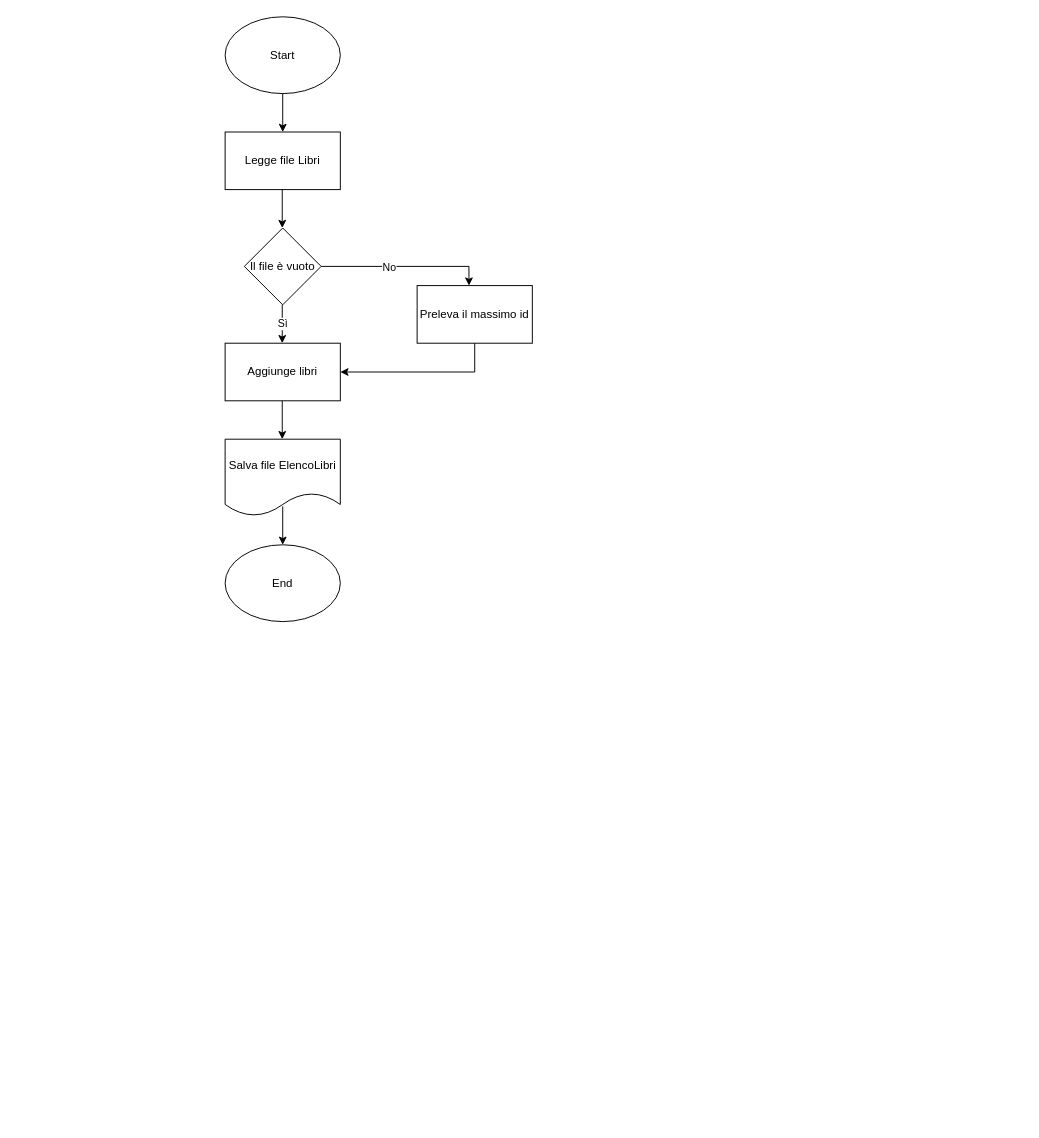
The draw.io diagram Biblioteca.drawio in margot71/Biblioteca, before the edit. Source tidied: cells renumbered, new cells numbered last; positions are measured from the earlier drawing's top-left corner, leaving out a move shared by most shapes. Both pictures are drawn from the tidied source at 96%, with x=0, y=0 at pixel (225, 16).
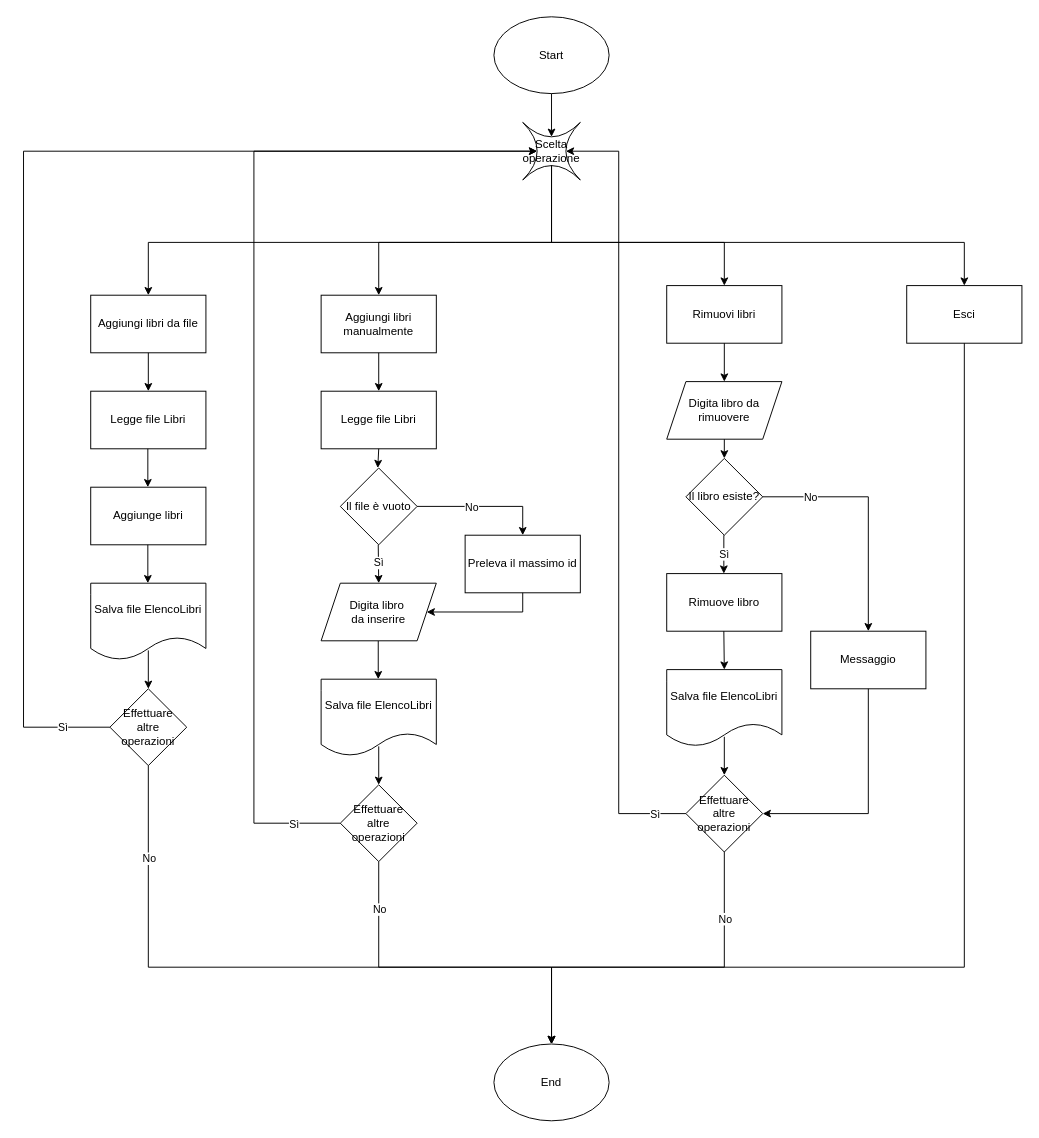
The same diagram, later.

Change to the diagram source:
```diff
@@
     <mxCell id="2" value="Start" style="ellipse;whiteSpace=wrap;html=1;" parent="1" vertex="1">
-      <mxGeometry width="120" height="80" as="geometry" />
+      <mxGeometry x="280" width="120" height="80" as="geometry" />
     </mxCell>
-    <mxCell id="3" value="Aggiunge libri" style="rounded=0;whiteSpace=wrap;html=1;" parent="1" vertex="1">
-      <mxGeometry y="340" width="120" height="60" as="geometry" />
-    </mxCell>
     <mxCell id="4" value="Legge file Libri" style="rounded=0;whiteSpace=wrap;html=1;" parent="1" vertex="1">
-      <mxGeometry y="120" width="120" height="60" as="geometry" />
+      <mxGeometry x="-140" y="390" width="120" height="60" as="geometry" />
     </mxCell>
     <mxCell id="5" value="Salva file ElencoLibri" style="shape=document;whiteSpace=wrap;html=1;boundedLbl=1;" parent="1" vertex="1">
-      <mxGeometry y="440" width="120" height="80" as="geometry" />
+      <mxGeometry x="100" y="690" width="120" height="80" as="geometry" />
     </mxCell>
     <mxCell id="6" value="End" style="ellipse;whiteSpace=wrap;html=1;" parent="1" vertex="1">
-      <mxGeometry y="550" width="120" height="80" as="geometry" />
+      <mxGeometry x="280" y="1070" width="120" height="80" as="geometry" />
     </mxCell>
-    <mxCell id="7" style="endArrow=classic;html=1;rounded=0;exitX=0.5;exitY=1;exitDx=0;exitDy=0;entryX=0.5;entryY=0;entryDx=0;entryDy=0;" parent="1" edge="1" source="2" target="4">
+    <mxCell id="7" style="endArrow=classic;html=1;rounded=0;exitX=0.5;exitY=1;exitDx=0;exitDy=0;entryX=0.5;entryY=0.25;entryDx=0;entryDy=0;entryPerimeter=0;" parent="1" edge="1" source="2" target="19">
       <mxGeometry relative="1" as="geometry" />
     </mxCell>
-    <mxCell id="8" style="endArrow=classic;html=1;rounded=0;exitX=0.5;exitY=1;exitDx=0;exitDy=0;entryX=0.5;entryY=0;entryDx=0;entryDy=0;" parent="1" edge="1">
-      <mxGeometry relative="1" as="geometry">
-        <mxPoint x="59.5" y="180" as="sourcePoint" />
-        <mxPoint x="59.5" y="220" as="targetPoint" />
-      </mxGeometry>
-    </mxCell>
     <mxCell id="9" style="endArrow=classic;html=1;rounded=0;exitX=0.5;exitY=1;exitDx=0;exitDy=0;entryX=0.5;entryY=0;entryDx=0;entryDy=0;" parent="1" edge="1">
       <mxGeometry relative="1" as="geometry">
-        <mxPoint x="59.5" y="400" as="sourcePoint" />
-        <mxPoint x="59.5" y="440" as="targetPoint" />
+        <mxPoint x="159.5" y="650" as="sourcePoint" />
+        <mxPoint x="159.5" y="690" as="targetPoint" />
       </mxGeometry>
     </mxCell>
     <mxCell id="10" style="endArrow=classic;html=1;rounded=0;exitX=0.5;exitY=1;exitDx=0;exitDy=0;entryX=0.5;entryY=0;entryDx=0;entryDy=0;" parent="1" edge="1">
       <mxGeometry relative="1" as="geometry">
-        <mxPoint x="60" y="510" as="sourcePoint" />
-        <mxPoint x="60" y="550" as="targetPoint" />
+        <mxPoint x="160" y="760" as="sourcePoint" />
+        <mxPoint x="160" y="800" as="targetPoint" />
       </mxGeometry>
     </mxCell>
     <mxCell id="11" value="Il file è vuoto" style="rhombus;whiteSpace=wrap;html=1;" parent="1" vertex="1">
-      <mxGeometry x="20" y="220" width="80" height="80" as="geometry" />
+      <mxGeometry x="120" y="470" width="80" height="80" as="geometry" />
     </mxCell>
-    <mxCell id="12" style="endArrow=classic;html=1;rounded=0;exitX=0.5;exitY=1;exitDx=0;exitDy=0;entryX=0.5;entryY=0;entryDx=0;entryDy=0;" parent="1" edge="1">
+    <mxCell id="12" style="endArrow=classic;html=1;rounded=0;exitX=0.5;exitY=1;exitDx=0;exitDy=0;entryX=0.5;entryY=0;entryDx=0;entryDy=0;" parent="1" edge="1" target="59">
       <mxGeometry relative="1" as="geometry">
-        <mxPoint x="59.5" y="300" as="sourcePoint" />
-        <mxPoint x="59.5" y="340" as="targetPoint" />
+        <mxPoint x="159.5" y="550" as="sourcePoint" />
       </mxGeometry>
     </mxCell>
@@
     <mxCell id="14" value="Preleva il massimo id" style="rounded=0;whiteSpace=wrap;html=1;" parent="1" vertex="1">
-      <mxGeometry x="200" y="280" width="120" height="60" as="geometry" />
+      <mxGeometry x="250" y="540" width="120" height="60" as="geometry" />
     </mxCell>
-    <mxCell id="15" style="endArrow=classic;html=1;rounded=0;exitX=1;exitY=0.5;exitDx=0;exitDy=0;entryX=0.45;entryY=0;entryDx=0;entryDy=0;entryPerimeter=0;" parent="1" edge="1" source="11" target="14">
+    <mxCell id="15" style="endArrow=classic;html=1;rounded=0;exitX=1;exitY=0.5;exitDx=0;exitDy=0;entryX=0.5;entryY=0;entryDx=0;entryDy=0;" parent="1" edge="1" source="11" target="14">
       <mxGeometry relative="1" as="geometry">
         <Array as="points">
-          <mxPoint x="254" y="260" />
+          <mxPoint x="310" y="510" />
         </Array>
       </mxGeometry>
     </mxCell>
@@
-    <mxCell id="17" style="endArrow=classic;html=1;rounded=0;exitX=0.5;exitY=1;exitDx=0;exitDy=0;entryX=1;entryY=0.5;entryDx=0;entryDy=0;" parent="1" edge="1" source="14" target="3">
+    <mxCell id="17" style="endArrow=classic;html=1;rounded=0;exitX=0.5;exitY=1;exitDx=0;exitDy=0;entryX=1;entryY=0.5;entryDx=0;entryDy=0;" parent="1" edge="1" source="14" target="59">
       <mxGeometry relative="1" as="geometry">
         <Array as="points">
-          <mxPoint x="260" y="370" />
+          <mxPoint x="310" y="620" />
         </Array>
       </mxGeometry>
     </mxCell>
+    <mxCell id="18" style="edgeStyle=orthogonalEdgeStyle;rounded=0;jettySize=auto;html=1;exitX=0.5;exitY=0.75;exitDx=0;exitDy=0;exitPerimeter=0;entryX=0.5;entryY=0;entryDx=0;entryDy=0;" parent="1" edge="1" source="19" target="21">
+      <mxGeometry relative="1" as="geometry">
+        <Array as="points">
+          <mxPoint x="340" y="235" />
+          <mxPoint x="770" y="235" />
+        </Array>
+      </mxGeometry>
+    </mxCell>
+    <mxCell id="19" value="Scelta operazione" style="shape=switch;whiteSpace=wrap;html=1;" parent="1" vertex="1">
+      <mxGeometry x="310" y="110" width="60" height="60" as="geometry" />
+    </mxCell>
+    <mxCell id="20" style="endArrow=classic;html=1;rounded=0;exitX=0.5;exitY=0.75;exitDx=0;exitDy=0;exitPerimeter=0;entryX=0.5;entryY=0;entryDx=0;entryDy=0;" parent="1" edge="1" source="19" target="25">
+      <mxGeometry relative="1" as="geometry">
+        <Array as="points">
+          <mxPoint x="340" y="235" />
+          <mxPoint x="160" y="235" />
+        </Array>
+      </mxGeometry>
+    </mxCell>
+    <mxCell id="21" value="Esci" style="rounded=0;whiteSpace=wrap;html=1;" parent="1" vertex="1">
+      <mxGeometry x="710" y="280" width="120" height="60" as="geometry" />
+    </mxCell>
+    <mxCell id="22" value="Aggiungi libri da file" style="rounded=0;whiteSpace=wrap;html=1;" parent="1" vertex="1">
+      <mxGeometry x="-140" y="290" width="120" height="60" as="geometry" />
+    </mxCell>
+    <mxCell id="23" style="endArrow=classic;html=1;rounded=0;exitX=0.5;exitY=0.75;exitDx=0;exitDy=0;exitPerimeter=0;" parent="1" edge="1" source="19" target="22">
+      <mxGeometry relative="1" as="geometry">
+        <Array as="points">
+          <mxPoint x="340" y="235" />
+          <mxPoint x="240" y="235" />
+          <mxPoint x="-80" y="235" />
+        </Array>
+      </mxGeometry>
+    </mxCell>
+    <mxCell id="24" value="Rimuovi libri" style="rounded=0;whiteSpace=wrap;html=1;" parent="1" vertex="1">
+      <mxGeometry x="460" y="280" width="120" height="60" as="geometry" />
+    </mxCell>
+    <mxCell id="25" value="Aggiungi libri manualmente" style="rounded=0;whiteSpace=wrap;html=1;" parent="1" vertex="1">
+      <mxGeometry x="100" y="290" width="120" height="60" as="geometry" />
+    </mxCell>
+    <mxCell id="26" style="endArrow=classic;html=1;rounded=0;exitX=0.5;exitY=0.75;exitDx=0;exitDy=0;exitPerimeter=0;entryX=0.5;entryY=0;entryDx=0;entryDy=0;" parent="1" edge="1" source="19" target="24">
+      <mxGeometry relative="1" as="geometry">
+        <Array as="points">
+          <mxPoint x="340" y="235" />
+          <mxPoint x="520" y="235" />
+        </Array>
+      </mxGeometry>
+    </mxCell>
+    <mxCell id="27" value="Legge file Libri" style="rounded=0;whiteSpace=wrap;html=1;" parent="1" vertex="1">
+      <mxGeometry x="100" y="390" width="120" height="60" as="geometry" />
+    </mxCell>
+    <mxCell id="3" value="Aggiunge libri" style="rounded=0;whiteSpace=wrap;html=1;" parent="1" vertex="1">
+      <mxGeometry x="-140" y="490" width="120" height="60" as="geometry" />
+    </mxCell>
+    <mxCell id="28" value="Salva file ElencoLibri" style="shape=document;whiteSpace=wrap;html=1;boundedLbl=1;" parent="1" vertex="1">
+      <mxGeometry x="-140" y="590" width="120" height="80" as="geometry" />
+    </mxCell>
+    <mxCell id="29" style="endArrow=classic;html=1;rounded=0;exitX=0.5;exitY=1;exitDx=0;exitDy=0;entryX=0.5;entryY=0;entryDx=0;entryDy=0;" parent="1" edge="1">
+      <mxGeometry relative="1" as="geometry">
+        <mxPoint x="-80.5" y="550" as="sourcePoint" />
+        <mxPoint x="-80.5" y="590" as="targetPoint" />
+      </mxGeometry>
+    </mxCell>
+    <mxCell id="30" style="endArrow=classic;html=1;rounded=0;exitX=0.5;exitY=1;exitDx=0;exitDy=0;entryX=0.5;entryY=0;entryDx=0;entryDy=0;" parent="1" edge="1">
+      <mxGeometry relative="1" as="geometry">
+        <mxPoint x="-80" y="660" as="sourcePoint" />
+        <mxPoint x="-80" y="700" as="targetPoint" />
+      </mxGeometry>
+    </mxCell>
+    <mxCell id="31" style="endArrow=classic;html=1;rounded=0;exitX=0.5;exitY=1;exitDx=0;exitDy=0;entryX=0.5;entryY=0;entryDx=0;entryDy=0;" parent="1" edge="1">
+      <mxGeometry relative="1" as="geometry">
+        <mxPoint x="-80.5" y="450" as="sourcePoint" />
+        <mxPoint x="-80.5" y="490" as="targetPoint" />
+      </mxGeometry>
+    </mxCell>
+    <mxCell id="32" style="endArrow=classic;html=1;rounded=0;exitX=0.5;exitY=1;exitDx=0;exitDy=0;" parent="1" edge="1" source="27">
+      <mxGeometry relative="1" as="geometry">
+        <mxPoint x="159" y="470" as="targetPoint" />
+      </mxGeometry>
+    </mxCell>
+    <mxCell id="33" style="endArrow=classic;html=1;rounded=0;exitX=0.5;exitY=1;exitDx=0;exitDy=0;entryX=0.5;entryY=0;entryDx=0;entryDy=0;" parent="1" edge="1" source="22" target="4">
+      <mxGeometry relative="1" as="geometry" />
+    </mxCell>
+    <mxCell id="34" style="endArrow=classic;html=1;rounded=0;exitX=0.5;exitY=1;exitDx=0;exitDy=0;entryX=0.5;entryY=0;entryDx=0;entryDy=0;" parent="1" edge="1" source="25" target="27">
+      <mxGeometry relative="1" as="geometry" />
+    </mxCell>
+    <mxCell id="35" value="Rimuove libro" style="rounded=0;whiteSpace=wrap;html=1;" parent="1" vertex="1">
+      <mxGeometry x="460" y="580" width="120" height="60" as="geometry" />
+    </mxCell>
+    <mxCell id="36" style="endArrow=classic;html=1;rounded=0;exitX=0.5;exitY=1;exitDx=0;exitDy=0;entryX=0.5;entryY=0;entryDx=0;entryDy=0;" parent="1" edge="1" target="45">
+      <mxGeometry relative="1" as="geometry">
+        <mxPoint x="519.5" y="640" as="sourcePoint" />
+      </mxGeometry>
+    </mxCell>
+    <mxCell id="37" value="Il libro esiste?" style="rhombus;whiteSpace=wrap;html=1;" parent="1" vertex="1">
+      <mxGeometry x="480" y="460" width="80" height="80" as="geometry" />
+    </mxCell>
+    <mxCell id="38" style="endArrow=classic;html=1;rounded=0;exitX=0.5;exitY=1;exitDx=0;exitDy=0;entryX=0.5;entryY=0;entryDx=0;entryDy=0;" parent="1" edge="1">
+      <mxGeometry relative="1" as="geometry">
+        <mxPoint x="519.5" y="540" as="sourcePoint" />
+        <mxPoint x="519.5" y="580" as="targetPoint" />
+      </mxGeometry>
+    </mxCell>
+    <mxCell id="39" value="Sì" style="edgeLabel;html=1;align=center;verticalAlign=middle;" parent="38" vertex="1">
+      <mxGeometry x="-0.05" relative="1" as="geometry" />
+    </mxCell>
+    <mxCell id="40" style="endArrow=classic;html=1;rounded=0;exitX=0.5;exitY=1;exitDx=0;exitDy=0;entryX=0.5;entryY=0;entryDx=0;entryDy=0;" parent="1" edge="1" source="24" target="60">
+      <mxGeometry relative="1" as="geometry" />
+    </mxCell>
+    <mxCell id="41" value="Messaggio" style="rounded=0;whiteSpace=wrap;html=1;" parent="1" vertex="1">
+      <mxGeometry x="610" y="640" width="120" height="60" as="geometry" />
+    </mxCell>
+    <mxCell id="42" style="endArrow=classic;html=1;rounded=0;exitX=1;exitY=0.5;exitDx=0;exitDy=0;entryX=0.5;entryY=0;entryDx=0;entryDy=0;" parent="1" edge="1" source="37" target="41">
+      <mxGeometry relative="1" as="geometry">
+        <Array as="points">
+          <mxPoint x="670" y="500" />
+        </Array>
+      </mxGeometry>
+    </mxCell>
+    <mxCell id="43" value="No" style="edgeLabel;html=1;align=center;verticalAlign=middle;" parent="42" vertex="1">
+      <mxGeometry x="-0.32" y="-1" relative="1" as="geometry">
+        <mxPoint x="-36" y="-1" as="offset" />
+      </mxGeometry>
+    </mxCell>
+    <mxCell id="44" style="endArrow=classic;html=1;rounded=0;exitX=0.5;exitY=1;exitDx=0;exitDy=0;entryX=1;entryY=0.5;entryDx=0;entryDy=0;" parent="1" edge="1" source="41" target="51">
+      <mxGeometry relative="1" as="geometry">
+        <Array as="points">
+          <mxPoint x="670" y="830" />
+        </Array>
+      </mxGeometry>
+    </mxCell>
+    <mxCell id="45" value="Salva file ElencoLibri" style="shape=document;whiteSpace=wrap;html=1;boundedLbl=1;" parent="1" vertex="1">
+      <mxGeometry x="460" y="680" width="120" height="80" as="geometry" />
+    </mxCell>
+    <mxCell id="46" style="endArrow=classic;html=1;rounded=0;exitX=0.5;exitY=1;exitDx=0;exitDy=0;entryX=0.5;entryY=0;entryDx=0;entryDy=0;" parent="1" edge="1">
+      <mxGeometry relative="1" as="geometry">
+        <mxPoint x="520" y="750" as="sourcePoint" />
+        <mxPoint x="520" y="790" as="targetPoint" />
+      </mxGeometry>
+    </mxCell>
+    <mxCell id="47" value="Effettuare altre operazioni" style="rhombus;whiteSpace=wrap;html=1;" parent="1" vertex="1">
+      <mxGeometry x="-120" y="700" width="80" height="80" as="geometry" />
+    </mxCell>
+    <mxCell id="48" style="endArrow=classic;html=1;rounded=0;exitX=0.5;exitY=1;exitDx=0;exitDy=0;entryX=0.5;entryY=0;entryDx=0;entryDy=0;" parent="1" edge="1" source="47" target="6">
+      <mxGeometry relative="1" as="geometry">
+        <Array as="points">
+          <mxPoint x="-80" y="990" />
+          <mxPoint x="340" y="990" />
+        </Array>
+      </mxGeometry>
+    </mxCell>
+    <mxCell id="49" value="No" style="edgeLabel;html=1;align=center;verticalAlign=middle;" parent="48" vertex="1">
+      <mxGeometry x="-0.73" relative="1" as="geometry" />
+    </mxCell>
+    <mxCell id="50" value="Effettuare altre operazioni" style="rhombus;whiteSpace=wrap;html=1;" parent="1" vertex="1">
+      <mxGeometry x="120" y="800" width="80" height="80" as="geometry" />
+    </mxCell>
+    <mxCell id="51" value="Effettuare altre operazioni" style="rhombus;whiteSpace=wrap;html=1;" parent="1" vertex="1">
+      <mxGeometry x="480" y="790" width="80" height="80" as="geometry" />
+    </mxCell>
+    <mxCell id="52" style="endArrow=classic;html=1;rounded=0;exitX=0.5;exitY=1;exitDx=0;exitDy=0;entryX=0.5;entryY=0;entryDx=0;entryDy=0;" parent="1" edge="1" source="50" target="6">
+      <mxGeometry relative="1" as="geometry">
+        <Array as="points">
+          <mxPoint x="160" y="990" />
+          <mxPoint x="340" y="990" />
+        </Array>
+      </mxGeometry>
+    </mxCell>
+    <mxCell id="53" value="No" style="edgeLabel;html=1;align=center;verticalAlign=middle;" parent="52" vertex="1">
+      <mxGeometry x="-0.7" relative="1" as="geometry">
+        <mxPoint y="-7" as="offset" />
+      </mxGeometry>
+    </mxCell>
+    <mxCell id="54" style="endArrow=classic;html=1;rounded=0;entryX=0.5;entryY=0;entryDx=0;entryDy=0;exitX=0.5;exitY=1;exitDx=0;exitDy=0;" parent="1" edge="1" source="21" target="6">
+      <mxGeometry relative="1" as="geometry">
+        <Array as="points">
+          <mxPoint x="770" y="990" />
+          <mxPoint x="340" y="990" />
+        </Array>
+      </mxGeometry>
+    </mxCell>
+    <mxCell id="55" style="endArrow=classic;html=1;rounded=0;exitX=0.5;exitY=1;exitDx=0;exitDy=0;entryX=0.5;entryY=0;entryDx=0;entryDy=0;" parent="1" edge="1" source="51" target="6">
+      <mxGeometry relative="1" as="geometry">
+        <Array as="points">
+          <mxPoint x="520" y="990" />
+          <mxPoint x="340" y="990" />
+        </Array>
+      </mxGeometry>
+    </mxCell>
+    <mxCell id="56" value="No" style="edgeLabel;html=1;align=center;verticalAlign=middle;" parent="55" vertex="1">
+      <mxGeometry x="-0.47" relative="1" as="geometry">
+        <mxPoint y="-32" as="offset" />
+      </mxGeometry>
+    </mxCell>
+    <mxCell id="57" style="endArrow=classic;html=1;rounded=0;exitX=0;exitY=0.5;exitDx=0;exitDy=0;entryX=0.25;entryY=0.5;entryDx=0;entryDy=0;entryPerimeter=0;" parent="1" edge="1" source="47" target="19">
+      <mxGeometry relative="1" as="geometry">
+        <Array as="points">
+          <mxPoint x="-210" y="740" />
+          <mxPoint x="-210" y="140" />
+        </Array>
+      </mxGeometry>
+    </mxCell>
+    <mxCell id="58" value="Sì" style="edgeLabel;html=1;align=center;verticalAlign=middle;" parent="57" vertex="1">
+      <mxGeometry x="-0.85" y="-1" relative="1" as="geometry">
+        <mxPoint x="39" y="1" as="offset" />
+      </mxGeometry>
+    </mxCell>
+    <mxCell id="59" value="Digita libro&amp;nbsp;&lt;div&gt;da inserire&lt;/div&gt;" style="shape=parallelogram;perimeter=parallelogramPerimeter;whiteSpace=wrap;html=1;fixedSize=1;" parent="1" vertex="1">
+      <mxGeometry x="100" y="590" width="120" height="60" as="geometry" />
+    </mxCell>
+    <mxCell id="60" value="Digita libro da rimuovere" style="shape=parallelogram;perimeter=parallelogramPerimeter;whiteSpace=wrap;html=1;fixedSize=1;" parent="1" vertex="1">
+      <mxGeometry x="460" y="380" width="120" height="60" as="geometry" />
+    </mxCell>
+    <mxCell id="61" style="endArrow=classic;html=1;rounded=0;exitX=0.5;exitY=1;exitDx=0;exitDy=0;entryX=0.5;entryY=0;entryDx=0;entryDy=0;" parent="1" edge="1" source="60" target="37">
+      <mxGeometry relative="1" as="geometry" />
+    </mxCell>
+    <mxCell id="62" style="endArrow=classic;html=1;rounded=0;exitX=0;exitY=0.5;exitDx=0;exitDy=0;entryX=0.25;entryY=0.5;entryDx=0;entryDy=0;entryPerimeter=0;" parent="1" edge="1" source="50" target="19">
+      <mxGeometry relative="1" as="geometry">
+        <Array as="points">
+          <mxPoint x="30" y="840" />
+          <mxPoint x="30" y="140" />
+        </Array>
+      </mxGeometry>
+    </mxCell>
+    <mxCell id="63" value="Sì" style="edgeLabel;html=1;align=center;verticalAlign=middle;" parent="62" vertex="1">
+      <mxGeometry x="-0.91" y="1" relative="1" as="geometry" />
+    </mxCell>
+    <mxCell id="64" style="endArrow=classic;html=1;rounded=0;exitX=0;exitY=0.5;exitDx=0;exitDy=0;entryX=0.75;entryY=0.5;entryDx=0;entryDy=0;entryPerimeter=0;" parent="1" edge="1" source="51" target="19">
+      <mxGeometry relative="1" as="geometry">
+        <Array as="points">
+          <mxPoint x="410" y="830" />
+          <mxPoint x="410" y="140" />
+        </Array>
+      </mxGeometry>
+    </mxCell>
+    <mxCell id="65" value="Sì" style="edgeLabel;html=1;align=center;verticalAlign=middle;" parent="64" vertex="1">
+      <mxGeometry x="-0.92" relative="1" as="geometry" />
+    </mxCell>
```
